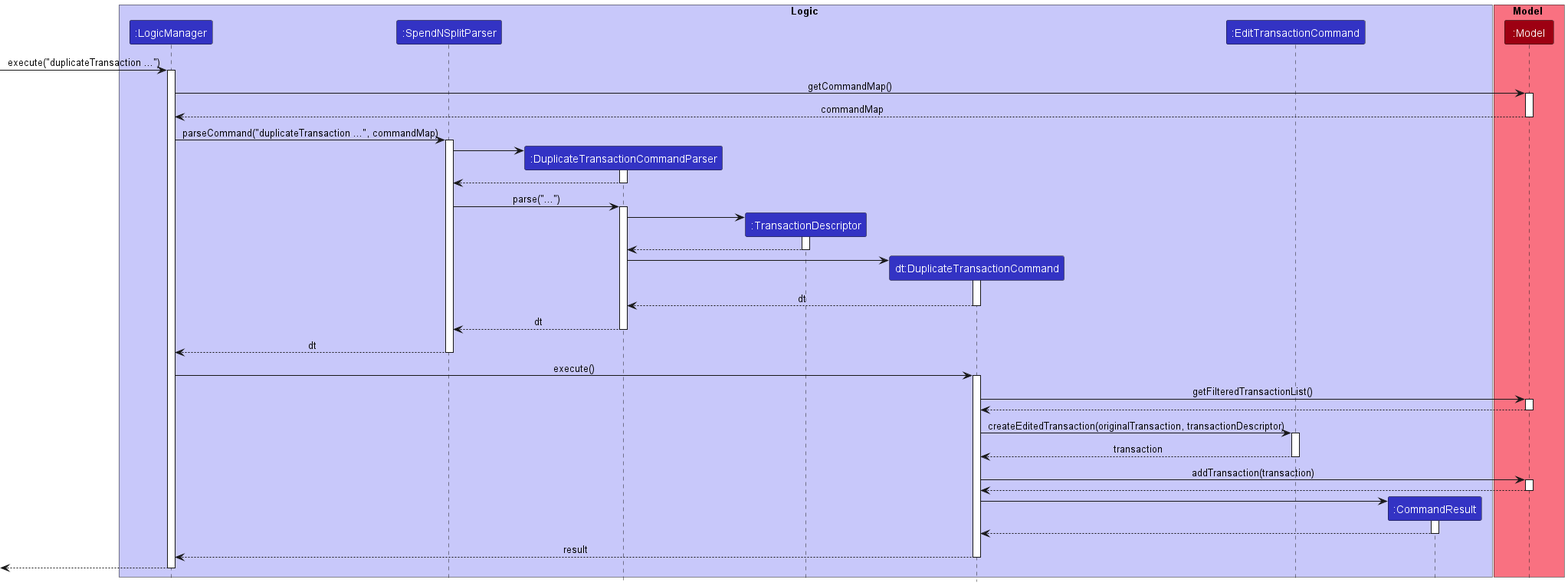
Before: docs/images/DuplicateTransactionSequenceDiagram.png, a diagram exported from PlantUML (wui-hong/tp).
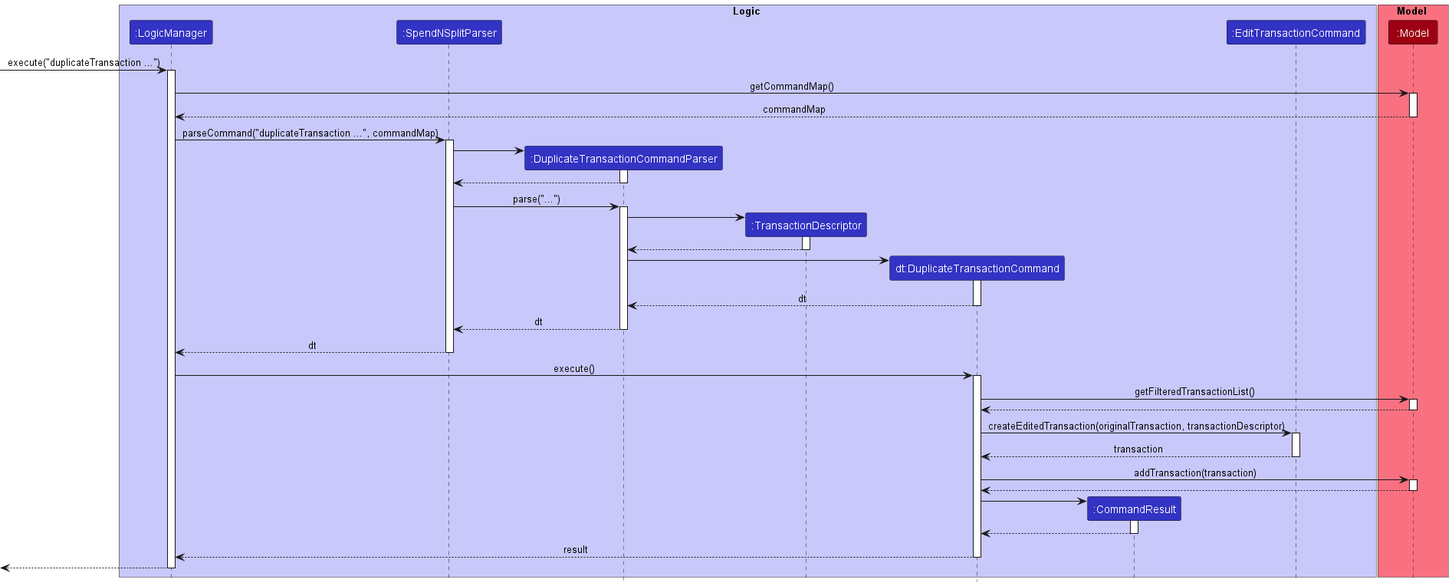
Later version of the same file.

The edit, as a diff of the source:
```diff
@@ -8,8 +8,8 @@
 participant ":DuplicateTransactionCommandParser" as DuplicateTransactionCommandParser LOGIC_COLOR
 participant ":TransactionDescriptor" as TransactionDescriptor LOGIC_COLOR
 participant "dt:DuplicateTransactionCommand" as DuplicateTransactionCommand LOGIC_COLOR
+participant ":CommandResult" as CommandResult LOGIC_COLOR
 participant ":EditTransactionCommand" as EditTransactionCommand LOGIC_COLOR
-participant ":CommandResult" as CommandResult LOGIC_COLOR
 end box
 
 box Model MODEL_COLOR_T1
```
